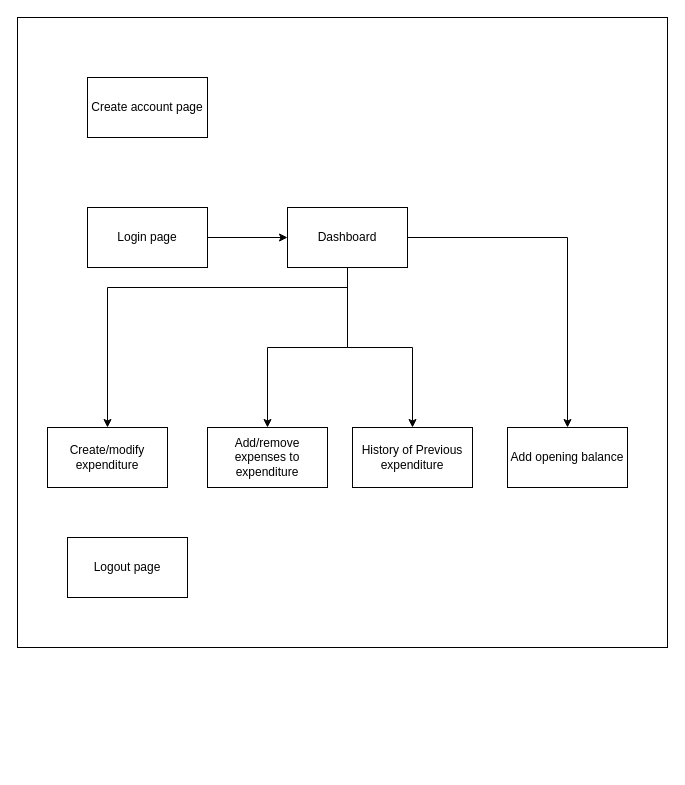
Before: page "clientArchitecture" (3 of 6) of budgetTrackerApp.drawio in sathishsekarss/drawIOFiles, a draw.io diagram. Source tidied: cells renumbered, new cells numbered last; positions are measured from the earlier drawing's top-left corner, leaving out a move shared by most shapes. Both pictures are drawn from the tidied source at 100%, with x=0, y=0 at pixel (17, 17).
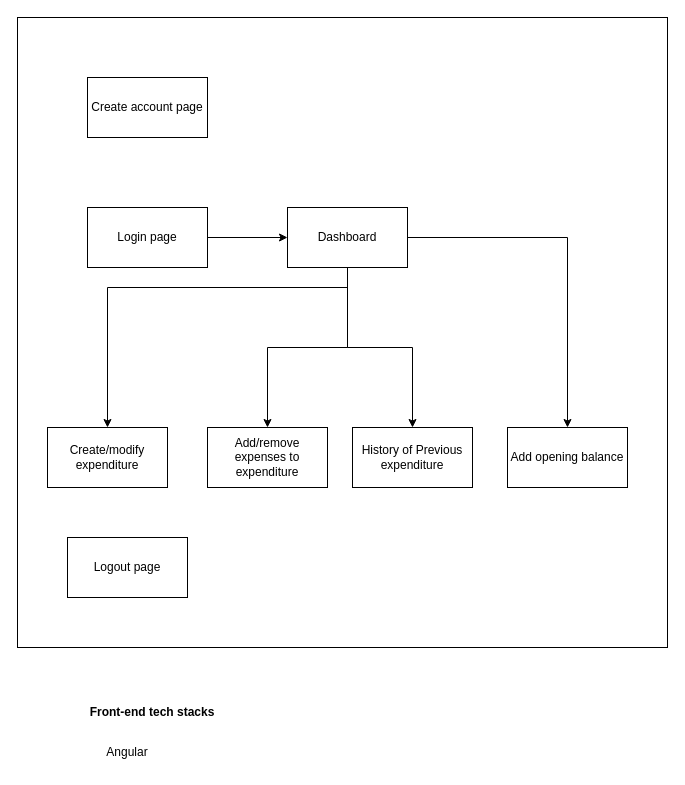
After the change.

What changed in the source:
```diff
@@
 <mxGraphModel>
   <root>
     <mxCell id="0" />
     <mxCell id="1" parent="0" />
     <mxCell id="2" style="rounded=0;whiteSpace=wrap;html=1;" parent="1" vertex="1">
       <mxGeometry width="650" height="630" as="geometry" />
     </mxCell>
     <mxCell id="3" style="edgeStyle=orthogonalEdgeStyle;rounded=0;jettySize=auto;html=1;" parent="1" edge="1" source="4" target="9">
       <mxGeometry relative="1" as="geometry" />
     </mxCell>
     <mxCell id="4" value="Login page" style="rounded=0;whiteSpace=wrap;html=1;" parent="1" vertex="1">
       <mxGeometry x="70" y="190" width="120" height="60" as="geometry" />
     </mxCell>
     <mxCell id="5" style="edgeStyle=orthogonalEdgeStyle;rounded=0;jettySize=auto;html=1;" parent="1" edge="1" source="9" target="14">
       <mxGeometry relative="1" as="geometry">
         <Array as="points">
           <mxPoint x="330" y="270" />
           <mxPoint x="90" y="270" />
         </Array>
       </mxGeometry>
     </mxCell>
     <mxCell id="6" style="edgeStyle=orthogonalEdgeStyle;rounded=0;jettySize=auto;html=1;" parent="1" edge="1" source="9" target="11">
       <mxGeometry relative="1" as="geometry" />
     </mxCell>
     <mxCell id="7" style="edgeStyle=orthogonalEdgeStyle;rounded=0;jettySize=auto;html=1;" parent="1" edge="1" source="9" target="12">
       <mxGeometry relative="1" as="geometry" />
     </mxCell>
     <mxCell id="8" style="edgeStyle=orthogonalEdgeStyle;rounded=0;jettySize=auto;html=1;" parent="1" edge="1" source="9" target="13">
       <mxGeometry relative="1" as="geometry" />
     </mxCell>
     <mxCell id="9" value="Dashboard" style="whiteSpace=wrap;html=1;rounded=0;" parent="1" vertex="1">
       <mxGeometry x="270" y="190" width="120" height="60" as="geometry" />
     </mxCell>
     <mxCell id="10" value="Create account page" style="rounded=0;whiteSpace=wrap;html=1;" parent="1" vertex="1">
       <mxGeometry x="70" y="60" width="120" height="60" as="geometry" />
     </mxCell>
     <mxCell id="11" value="Add/remove expenses to expenditure" style="rounded=0;whiteSpace=wrap;html=1;" parent="1" vertex="1">
       <mxGeometry x="190" y="410" width="120" height="60" as="geometry" />
     </mxCell>
     <mxCell id="12" value="History of Previous expenditure" style="rounded=0;whiteSpace=wrap;html=1;" parent="1" vertex="1">
       <mxGeometry x="335" y="410" width="120" height="60" as="geometry" />
     </mxCell>
     <mxCell id="13" value="Add opening balance" style="rounded=0;whiteSpace=wrap;html=1;" parent="1" vertex="1">
       <mxGeometry x="490" y="410" width="120" height="60" as="geometry" />
     </mxCell>
     <mxCell id="14" value="Create/modify expenditure" style="rounded=0;whiteSpace=wrap;html=1;" parent="1" vertex="1">
       <mxGeometry x="30" y="410" width="120" height="60" as="geometry" />
     </mxCell>
     <mxCell id="15" value="Logout page" style="rounded=0;whiteSpace=wrap;html=1;" parent="1" vertex="1">
       <mxGeometry x="50" y="520" width="120" height="60" as="geometry" />
     </mxCell>
+    <mxCell id="16" value="Front-end tech stacks" style="text;html=1;whiteSpace=wrap;strokeColor=none;fillColor=none;align=center;verticalAlign=middle;rounded=0;fontStyle=1;" parent="1" vertex="1">
+      <mxGeometry x="20" y="680" width="230" height="30" as="geometry" />
+    </mxCell>
+    <mxCell id="17" value="Angular" style="text;html=1;whiteSpace=wrap;strokeColor=none;fillColor=none;align=center;verticalAlign=middle;rounded=0;" parent="1" vertex="1">
+      <mxGeometry x="80" y="720" width="60" height="30" as="geometry" />
+    </mxCell>
   </root>
 </mxGraphModel>
```
